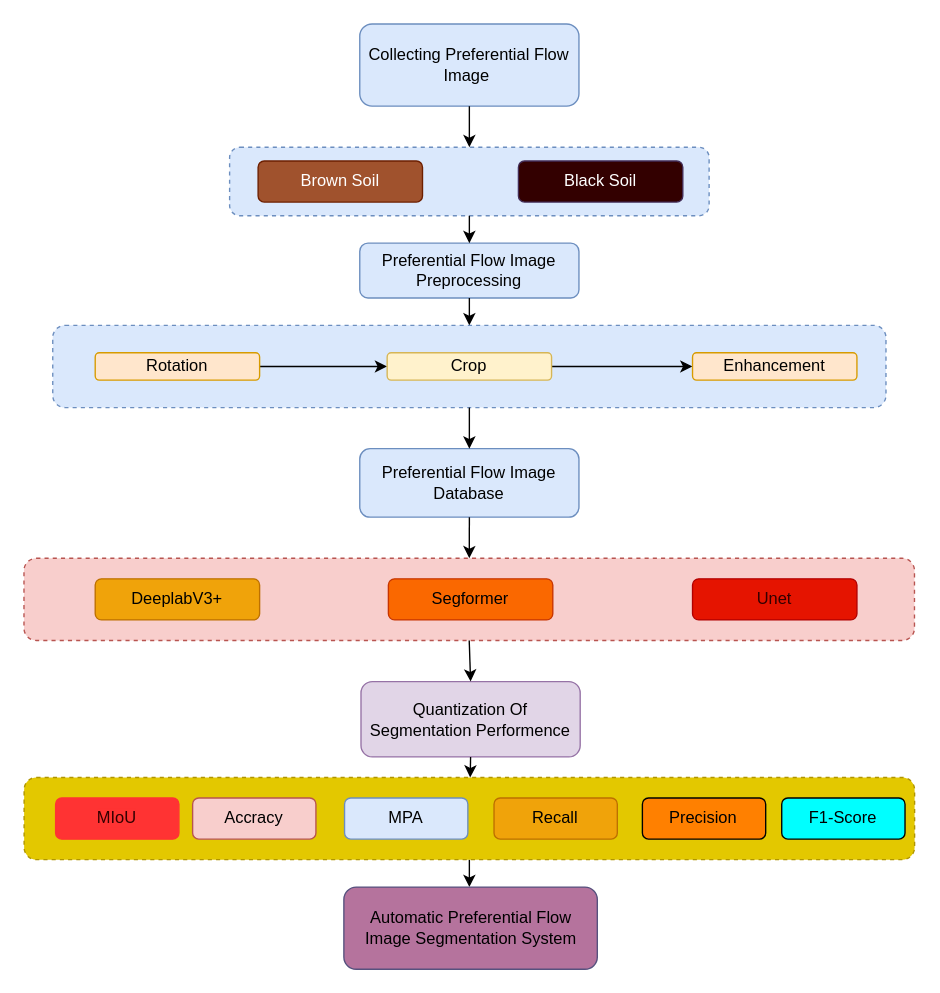
The draw.io diagram 未命名绘图.drawio in lhy-nw1217/Draw, before the edit. Source tidied: cells renumbered, new cells numbered last; positions are measured from the earlier drawing's top-left corner, leaving out a move shared by most shapes. Both pictures are drawn from the tidied source at 137%, with x=0, y=0 at pixel (23, 23).
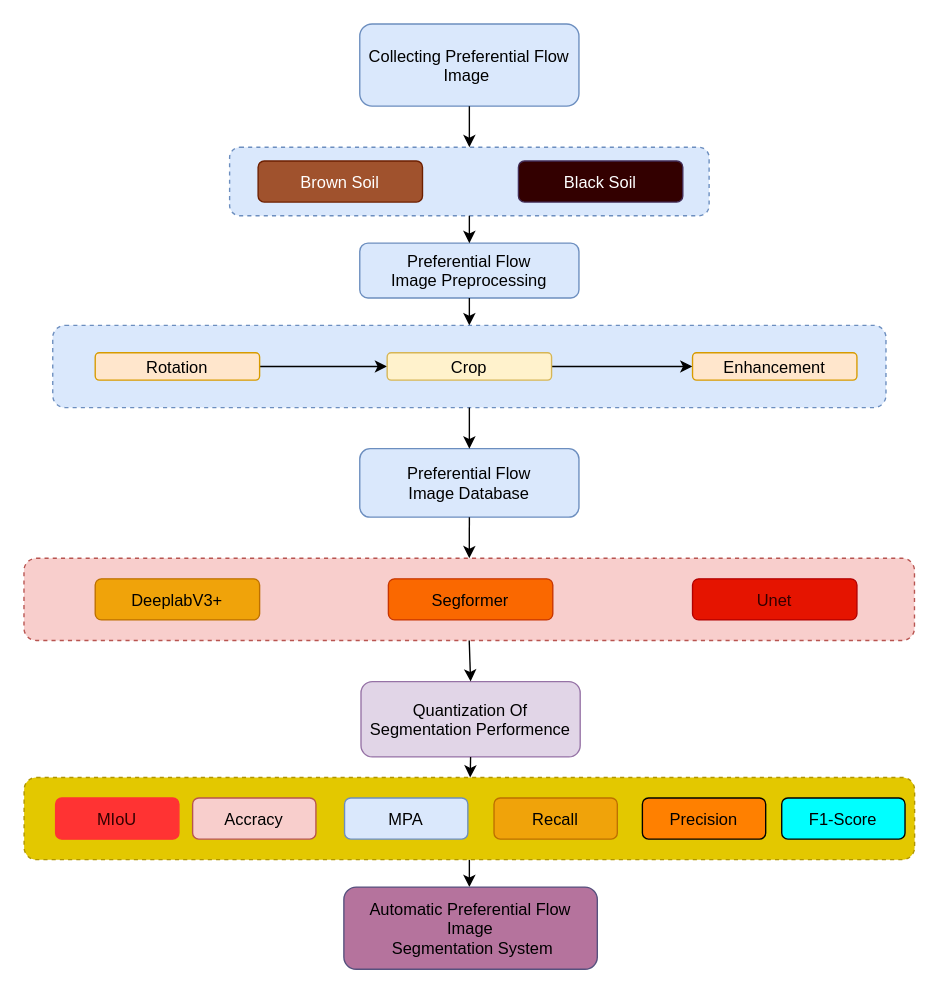
The same page after the edit.

Commit message:
Update 未命名绘图.drawio

The edit, as a diff of the source:
```diff
@@
-    <mxCell id="2" style="rounded=1;whiteSpace=wrap;html=1;dashed=1;fillColor=#dae8fc;strokeColor=#6c8ebf;" parent="1" vertex="1">
+    <mxCell id="2" style="rounded=1;dashed=1;fillColor=#dae8fc;strokeColor=#6c8ebf;" parent="1" vertex="1">
       <mxGeometry x="21" y="220" width="608.2" height="60" as="geometry" />
     </mxCell>
-    <mxCell id="3" style="edgeStyle=orthogonalEdgeStyle;rounded=0;jettySize=auto;html=1;" parent="1" edge="1" source="4" target="6">
+    <mxCell id="3" style="edgeStyle=orthogonalEdgeStyle;rounded=0;jettySize=auto;" parent="1" edge="1" source="4" target="6">
       <mxGeometry relative="1" as="geometry" />
     </mxCell>
-    <mxCell id="4" value="Rotation" style="rounded=1;whiteSpace=wrap;html=1;fillColor=#ffe6cc;strokeColor=#d79b00;" parent="1" vertex="1">
+    <mxCell id="4" value="Rotation" style="rounded=1;fillColor=#ffe6cc;strokeColor=#d79b00;" parent="1" vertex="1">
       <mxGeometry x="52" y="240" width="120" height="20" as="geometry" />
     </mxCell>
-    <mxCell id="5" style="edgeStyle=orthogonalEdgeStyle;rounded=0;jettySize=auto;html=1;" parent="1" edge="1" source="6" target="7">
+    <mxCell id="5" style="edgeStyle=orthogonalEdgeStyle;rounded=0;jettySize=auto;" parent="1" edge="1" source="6" target="7">
       <mxGeometry relative="1" as="geometry" />
     </mxCell>
-    <mxCell id="6" value="Crop" style="rounded=1;whiteSpace=wrap;html=1;fillColor=#fff2cc;strokeColor=#d6b656;" parent="1" vertex="1">
+    <mxCell id="6" value="Crop" style="rounded=1;fillColor=#fff2cc;strokeColor=#d6b656;" parent="1" vertex="1">
       <mxGeometry x="265.1" y="240" width="120" height="20" as="geometry" />
     </mxCell>
-    <mxCell id="7" value="Enhancement" style="rounded=1;whiteSpace=wrap;html=1;fillColor=#ffe6cc;strokeColor=#d79b00;" parent="1" vertex="1">
+    <mxCell id="7" value="Enhancement" style="rounded=1;fillColor=#ffe6cc;strokeColor=#d79b00;" parent="1" vertex="1">
       <mxGeometry x="488" y="240" width="120" height="20" as="geometry" />
     </mxCell>
-    <mxCell id="8" value="Preferential Flow Image Database" style="rounded=1;whiteSpace=wrap;html=1;fillColor=#dae8fc;strokeColor=#6c8ebf;" parent="1" vertex="1">
+    <mxCell id="8" value="Preferential Flow &#10;Image Database" style="rounded=1;fillColor=#dae8fc;strokeColor=#6c8ebf;" parent="1" vertex="1">
       <mxGeometry x="245.1" y="310" width="160" height="50" as="geometry" />
     </mxCell>
-    <mxCell id="9" style="rounded=1;whiteSpace=wrap;html=1;dashed=1;fillColor=#f8cecc;strokeColor=#b85450;" parent="1" vertex="1">
+    <mxCell id="9" style="rounded=1;dashed=1;fillColor=#f8cecc;strokeColor=#b85450;" parent="1" vertex="1">
       <mxGeometry y="390" width="650" height="60" as="geometry" />
     </mxCell>
-    <mxCell id="10" value="DeeplabV3+" style="rounded=1;whiteSpace=wrap;html=1;fillColor=#f0a30a;fontColor=#000000;strokeColor=#BD7000;" parent="1" vertex="1">
+    <mxCell id="10" value="DeeplabV3+" style="rounded=1;fillColor=#f0a30a;fontColor=#000000;strokeColor=#BD7000;" parent="1" vertex="1">
       <mxGeometry x="52" y="405" width="120" height="30" as="geometry" />
     </mxCell>
-    <mxCell id="11" value="Segformer" style="rounded=1;whiteSpace=wrap;html=1;fillColor=#fa6800;fontColor=#000000;strokeColor=#C73500;" parent="1" vertex="1">
+    <mxCell id="11" value="Segformer" style="rounded=1;fillColor=#fa6800;fontColor=#000000;strokeColor=#C73500;" parent="1" vertex="1">
       <mxGeometry x="266" y="405" width="120" height="30" as="geometry" />
     </mxCell>
-    <mxCell id="12" value="&lt;font color=&quot;#330000&quot;&gt;Unet&lt;/font&gt;" style="rounded=1;whiteSpace=wrap;html=1;fillColor=#e51400;fontColor=#ffffff;strokeColor=#B20000;" parent="1" vertex="1">
+    <mxCell id="12" value="Unet" style="rounded=1;fillColor=#e51400;fontColor=#330000;strokeColor=#B20000;" parent="1" vertex="1">
       <mxGeometry x="488" y="405" width="120" height="30" as="geometry" />
     </mxCell>
-    <mxCell id="13" style="edgeStyle=orthogonalEdgeStyle;rounded=0;jettySize=auto;html=1;" parent="1" edge="1" source="14" target="24">
+    <mxCell id="13" style="edgeStyle=orthogonalEdgeStyle;rounded=0;jettySize=auto;" parent="1" edge="1" source="14" target="24">
       <mxGeometry relative="1" as="geometry" />
     </mxCell>
-    <mxCell id="14" style="rounded=1;whiteSpace=wrap;html=1;dashed=1;fillColor=#e3c800;fontColor=#000000;strokeColor=#B09500;" parent="1" vertex="1">
+    <mxCell id="14" style="rounded=1;dashed=1;fillColor=#e3c800;fontColor=#000000;strokeColor=#B09500;" parent="1" vertex="1">
       <mxGeometry x="0.1" y="550" width="650" height="60" as="geometry" />
     </mxCell>
-    <mxCell id="15" value="Preferential Flow Image Preprocessing" style="rounded=1;whiteSpace=wrap;html=1;fillColor=#dae8fc;strokeColor=#6c8ebf;" parent="1" vertex="1">
+    <mxCell id="15" value="Preferential Flow &#10;Image Preprocessing" style="rounded=1;fillColor=#dae8fc;strokeColor=#6c8ebf;" parent="1" vertex="1">
       <mxGeometry x="245.1" y="160" width="160" height="40" as="geometry" />
     </mxCell>
-    <mxCell id="16" value="Quantization Of Segmentation Performence" style="rounded=1;whiteSpace=wrap;html=1;fillColor=#e1d5e7;strokeColor=#9673a6;" parent="1" vertex="1">
+    <mxCell id="16" value="Quantization Of &#10;Segmentation Performence" style="rounded=1;fillColor=#e1d5e7;strokeColor=#9673a6;" parent="1" vertex="1">
       <mxGeometry x="246" y="480" width="160" height="55" as="geometry" />
     </mxCell>
-    <mxCell id="17" value="&lt;font style=&quot;background-color: rgb(255, 51, 51);&quot; color=&quot;#330000&quot;&gt;MIoU&lt;/font&gt;" style="rounded=1;whiteSpace=wrap;html=1;fillColor=#FF3333;strokeColor=#FF3333;fontColor=#ffffff;" parent="1" vertex="1">
+    <mxCell id="17" value="MIoU" style="rounded=1;fillColor=#FF3333;strokeColor=#FF3333;fontColor=#330000;labelBorderColor=none;" parent="1" vertex="1">
       <mxGeometry x="23.1" y="565" width="90" height="30" as="geometry" />
     </mxCell>
-    <mxCell id="18" value="Accracy" style="rounded=1;whiteSpace=wrap;html=1;fillColor=#f8cecc;strokeColor=#b85450;" parent="1" vertex="1">
+    <mxCell id="18" value="Accracy" style="rounded=1;fillColor=#f8cecc;strokeColor=#b85450;" parent="1" vertex="1">
       <mxGeometry x="123.1" y="565" width="90" height="30" as="geometry" />
     </mxCell>
-    <mxCell id="19" value="MPA" style="rounded=1;whiteSpace=wrap;html=1;fillColor=#dae8fc;strokeColor=#6c8ebf;" parent="1" vertex="1">
+    <mxCell id="19" value="MPA" style="rounded=1;fillColor=#dae8fc;strokeColor=#6c8ebf;" parent="1" vertex="1">
       <mxGeometry x="234" y="565" width="90" height="30" as="geometry" />
     </mxCell>
-    <mxCell id="20" value="Recall" style="rounded=1;whiteSpace=wrap;html=1;fillColor=#f0a30a;fontColor=#000000;strokeColor=#BD7000;" parent="1" vertex="1">
+    <mxCell id="20" value="Recall" style="rounded=1;fillColor=#f0a30a;fontColor=#000000;strokeColor=#BD7000;" parent="1" vertex="1">
       <mxGeometry x="343.1" y="565" width="90" height="30" as="geometry" />
     </mxCell>
-    <mxCell id="21" value="Precision" style="rounded=1;whiteSpace=wrap;html=1;fillColor=#FF8000;" parent="1" vertex="1">
+    <mxCell id="21" value="Precision" style="rounded=1;fillColor=#FF8000;" parent="1" vertex="1">
       <mxGeometry x="451.4" y="565" width="90" height="30" as="geometry" />
     </mxCell>
-    <mxCell id="22" value="F1-Score" style="rounded=1;whiteSpace=wrap;html=1;fillColor=#00FFFF;" parent="1" vertex="1">
+    <mxCell id="22" value="F1-Score" style="rounded=1;fillColor=#00FFFF;" parent="1" vertex="1">
       <mxGeometry x="553.1" y="565" width="90" height="30" as="geometry" />
     </mxCell>
-    <mxCell id="23" style="edgeStyle=orthogonalEdgeStyle;rounded=0;orthogonalLoop=1;jettySize=auto;html=1;exitX=0.5;exitY=1;exitDx=0;exitDy=0;" parent="1" edge="1" source="22" target="22">
+    <mxCell id="23" style="edgeStyle=orthogonalEdgeStyle;rounded=0;orthogonalLoop=1;jettySize=auto;exitX=0.5;exitY=1;exitDx=0;exitDy=0;" parent="1" edge="1" source="22" target="22">
       <mxGeometry relative="1" as="geometry" />
     </mxCell>
-    <mxCell id="24" value="Automatic Preferential Flow Image Segmentation System" style="rounded=1;whiteSpace=wrap;html=1;fillColor=#B5739D;strokeColor=#56517e;" parent="1" vertex="1">
+    <mxCell id="24" value="Automatic Preferential Flow &#10;Image&#10; Segmentation System" style="rounded=1;fillColor=#B5739D;strokeColor=#56517e;" parent="1" vertex="1">
       <mxGeometry x="233.5" y="630" width="185" height="60" as="geometry" />
     </mxCell>
-    <mxCell id="25" value="Collecting Preferential Flow Image&amp;nbsp;" style="rounded=1;whiteSpace=wrap;html=1;fillColor=#dae8fc;strokeColor=#6c8ebf;" parent="1" vertex="1">
+    <mxCell id="25" value="Collecting Preferential Flow &#10;Image " style="rounded=1;fillColor=#dae8fc;strokeColor=#6c8ebf;" parent="1" vertex="1">
       <mxGeometry x="245.1" width="160" height="60" as="geometry" />
     </mxCell>
-    <mxCell id="26" style="rounded=1;whiteSpace=wrap;html=1;dashed=1;fillColor=#dae8fc;strokeColor=#6c8ebf;" parent="1" vertex="1">
+    <mxCell id="26" style="rounded=1;dashed=1;fillColor=#dae8fc;strokeColor=#6c8ebf;" parent="1" vertex="1">
       <mxGeometry x="150.1" y="90" width="350" height="50" as="geometry" />
     </mxCell>
-    <mxCell id="27" value="Brown Soil" style="rounded=1;whiteSpace=wrap;html=1;fillColor=#a0522d;strokeColor=#6D1F00;fontColor=#ffffff;" parent="1" vertex="1">
+    <mxCell id="27" value="Brown Soil" style="rounded=1;fillColor=#a0522d;strokeColor=#6D1F00;fontColor=#ffffff;" parent="1" vertex="1">
       <mxGeometry x="170.9" y="100" width="120" height="30" as="geometry" />
     </mxCell>
-    <mxCell id="28" value="Black Soil" style="rounded=1;whiteSpace=wrap;html=1;fillColor=#330000;fontColor=#ffffff;strokeColor=#432D57;" parent="1" vertex="1">
+    <mxCell id="28" value="Black Soil" style="rounded=1;fillColor=#330000;fontColor=#ffffff;strokeColor=#432D57;" parent="1" vertex="1">
       <mxGeometry x="360.9" y="100" width="120" height="30" as="geometry" />
     </mxCell>
-    <mxCell id="29" style="endArrow=classic;html=1;rounded=0;exitX=0.5;exitY=1;exitDx=0;exitDy=0;" parent="1" edge="1" source="26" target="15">
+    <mxCell id="29" style="endArrow=classic;rounded=0;exitX=0.5;exitY=1;exitDx=0;exitDy=0;" parent="1" edge="1" source="26" target="15">
       <mxGeometry relative="1" as="geometry" />
     </mxCell>
-    <mxCell id="30" style="endArrow=classic;html=1;rounded=0;exitX=0.5;exitY=1;exitDx=0;exitDy=0;" parent="1" edge="1" source="2" target="8">
+    <mxCell id="30" style="endArrow=classic;rounded=0;exitX=0.5;exitY=1;exitDx=0;exitDy=0;" parent="1" edge="1" source="2" target="8">
       <mxGeometry relative="1" as="geometry" />
     </mxCell>
-    <mxCell id="31" style="endArrow=classic;html=1;rounded=0;exitX=0.5;exitY=1;exitDx=0;exitDy=0;entryX=0.5;entryY=0;entryDx=0;entryDy=0;" parent="1" edge="1" source="9" target="16">
+    <mxCell id="31" style="endArrow=classic;rounded=0;exitX=0.5;exitY=1;exitDx=0;exitDy=0;entryX=0.5;entryY=0;entryDx=0;entryDy=0;" parent="1" edge="1" source="9" target="16">
       <mxGeometry relative="1" as="geometry" />
     </mxCell>
-    <mxCell id="32" style="endArrow=classic;html=1;rounded=0;exitX=0.5;exitY=1;exitDx=0;exitDy=0;entryX=0.5;entryY=0;entryDx=0;entryDy=0;" parent="1" edge="1" source="15" target="2">
+    <mxCell id="32" style="endArrow=classic;rounded=0;exitX=0.5;exitY=1;exitDx=0;exitDy=0;entryX=0.5;entryY=0;entryDx=0;entryDy=0;" parent="1" edge="1" source="15" target="2">
       <mxGeometry relative="1" as="geometry" />
     </mxCell>
-    <mxCell id="33" style="endArrow=classic;html=1;rounded=0;exitX=0.5;exitY=1;exitDx=0;exitDy=0;entryX=0.5;entryY=0;entryDx=0;entryDy=0;" parent="1" edge="1" source="25" target="26">
+    <mxCell id="33" style="endArrow=classic;rounded=0;exitX=0.5;exitY=1;exitDx=0;exitDy=0;entryX=0.5;entryY=0;entryDx=0;entryDy=0;" parent="1" edge="1" source="25" target="26">
       <mxGeometry relative="1" as="geometry" />
     </mxCell>
-    <mxCell id="34" style="endArrow=classic;html=1;rounded=0;exitX=0.5;exitY=1;exitDx=0;exitDy=0;" parent="1" edge="1" source="8" target="9">
+    <mxCell id="34" style="endArrow=classic;rounded=0;exitX=0.5;exitY=1;exitDx=0;exitDy=0;" parent="1" edge="1" source="8" target="9">
       <mxGeometry relative="1" as="geometry" />
     </mxCell>
-    <mxCell id="35" style="endArrow=classic;html=1;rounded=0;exitX=0.5;exitY=1;exitDx=0;exitDy=0;" parent="1" edge="1" source="16" target="14">
+    <mxCell id="35" style="endArrow=classic;rounded=0;exitX=0.5;exitY=1;exitDx=0;exitDy=0;" parent="1" edge="1" source="16" target="14">
       <mxGeometry relative="1" as="geometry" />
     </mxCell>
```
